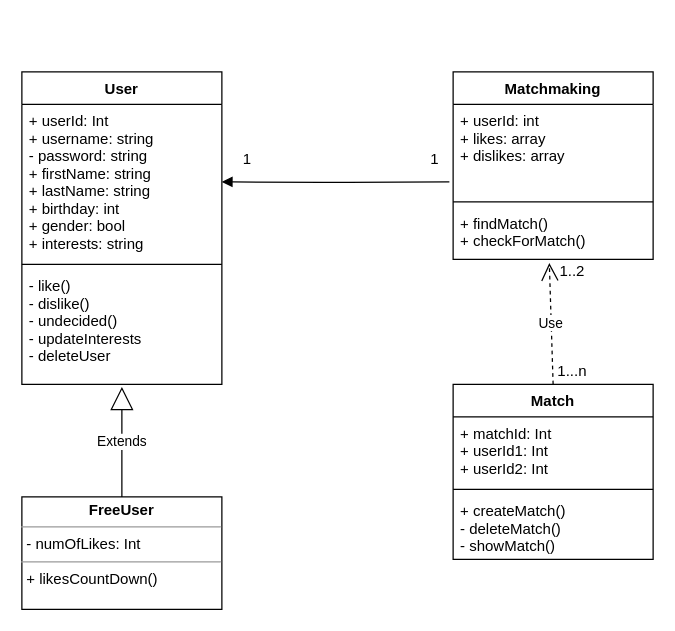
The draw.io diagram page "Class dia pre" (4 of 7) of Untitled Diagram.drawio in aleude/godkendelsesopgave3, before the edit. Source tidied: cells renumbered, new cells numbered last; positions are measured from the earlier drawing's top-left corner, leaving out a move shared by most shapes. Both pictures are drawn from the tidied source at 125%, with x=0, y=0 at pixel (21, 71).
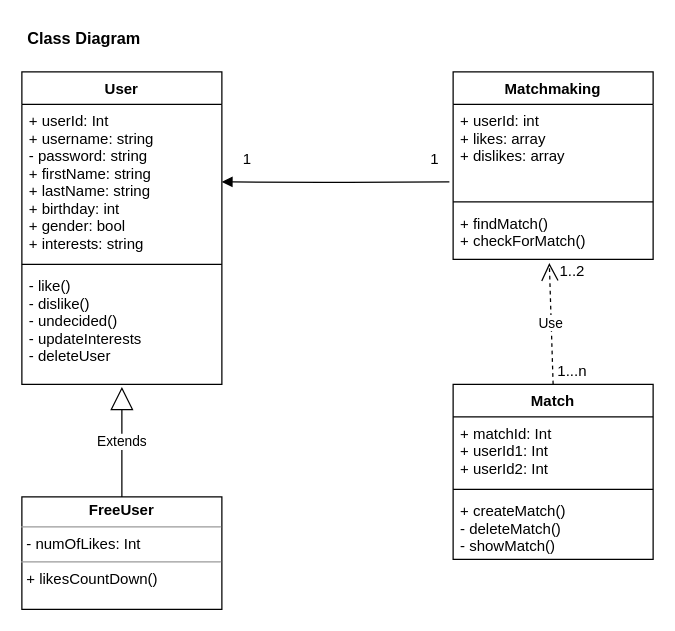
The same diagram, later.

What changed in the source:
```diff
@@
+    <mxCell id="22" value="Class Diagram" style="text;align=center;fontStyle=1;verticalAlign=middle;spacingLeft=3;spacingRight=3;strokeColor=none;fontSize=13;" parent="1" vertex="1">
+      <mxGeometry x="10" y="-40" width="80" height="26" as="geometry" />
+    </mxCell>
```
